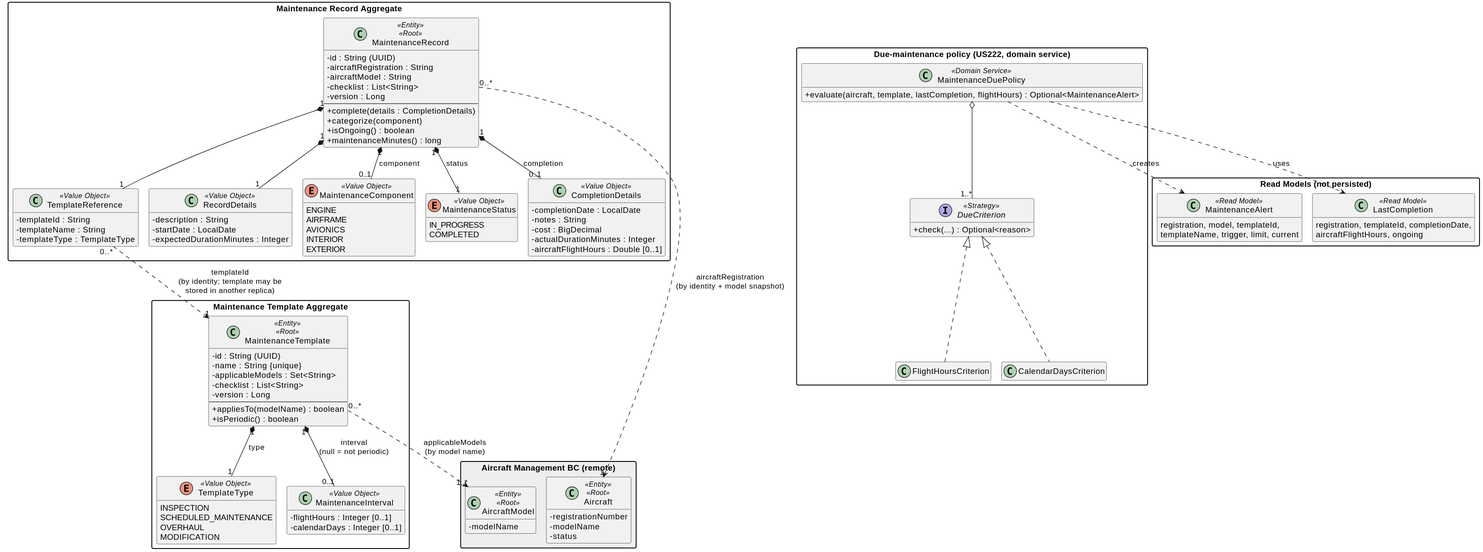
Before: docs/4-code/maintenance/svg/Maintenance-DM.svg, a diagram exported from PlantUML (caetanotiago/Project_SIDIS). Its diagram source:
```plantuml
@startuml
!pragma layout smetana
skinparam packageStyle rectangle
skinparam classAttributeIconSize 0
hide empty members

package "Maintenance Template Aggregate" {
    class MaintenanceTemplate <<Entity>> <<Root>> {
        - id : String (UUID)
        - name : String {unique}
        - applicableModels : Set<String>
        - checklist : List<String>
        - version : Long
        --
        + appliesTo(modelName) : boolean
        + isPeriodic() : boolean
    }
    enum TemplateType <<Value Object>> {
        INSPECTION
        SCHEDULED_MAINTENANCE
        OVERHAUL
        MODIFICATION
    }
    class MaintenanceInterval <<Value Object>> {
        - flightHours : Integer [0..1]
        - calendarDays : Integer [0..1]
    }

    MaintenanceTemplate "1" *-- "1" TemplateType : type
    MaintenanceTemplate "1" *-- "0..1" MaintenanceInterval : interval\n(null = not periodic)
}

package "Maintenance Record Aggregate" {
    class MaintenanceRecord <<Entity>> <<Root>> {
        - id : String (UUID)
        - aircraftRegistration : String
        - aircraftModel : String
        - checklist : List<String>
        - version : Long
        --
        + complete(details : CompletionDetails)
        + categorize(component)
        + isOngoing() : boolean
        + maintenanceMinutes() : long
    }
    class TemplateReference <<Value Object>> {
        - templateId : String
        - templateName : String
        - templateType : TemplateType
    }
    class RecordDetails <<Value Object>> {
        - description : String
        - startDate : LocalDate
        - expectedDurationMinutes : Integer
    }
    enum MaintenanceComponent <<Value Object>> {
        ENGINE
        AIRFRAME
        AVIONICS
        INTERIOR
        EXTERIOR
    }
    enum MaintenanceStatus <<Value Object>> {
        IN_PROGRESS
        COMPLETED
    }
    class CompletionDetails <<Value Object>> {
        - completionDate : LocalDate
        - notes : String
        - cost : BigDecimal
        - actualDurationMinutes : Integer
        - aircraftFlightHours : Double [0..1]
    }

    MaintenanceRecord "1" *-- "1" TemplateReference
    MaintenanceRecord "1" *-- "1" RecordDetails
    MaintenanceRecord "1" *-- "0..1" MaintenanceComponent : component
    MaintenanceRecord "1" *-- "1" MaintenanceStatus : status
    MaintenanceRecord "1" *-- "0..1" CompletionDetails : completion
}

package "Due-maintenance policy (US222, domain service)" {
    class MaintenanceDuePolicy <<Domain Service>> {
        + evaluate(aircraft, template, lastCompletion, flightHours) : Optional<MaintenanceAlert>
    }
    interface DueCriterion <<Strategy>> {
        + check(...) : Optional<reason>
    }
    class FlightHoursCriterion
    class CalendarDaysCriterion
    MaintenanceDuePolicy o-- "1..*" DueCriterion
    DueCriterion <|.. FlightHoursCriterion
    DueCriterion <|.. CalendarDaysCriterion
}

package "Read Models (not persisted)" {
    class MaintenanceAlert <<Read Model>> {
        registration, model, templateId,
        templateName, trigger, limit, current
    }
    class LastCompletion <<Read Model>> {
        registration, templateId, completionDate,
        aircraftFlightHours, ongoing
    }
}

package "Aircraft Management BC (remote)" #EEEEEE {
    class Aircraft <<Entity>> <<Root>> {
        - registrationNumber
        - modelName
        - status
    }
    class AircraftModel <<Entity>> <<Root>> {
        - modelName
    }
}

TemplateReference "0..*" ..> "1" MaintenanceTemplate : templateId\n(by identity; template may be\nstored in another replica)
MaintenanceRecord "0..*" ..> "1" Aircraft : aircraftRegistration\n(by identity + model snapshot)
MaintenanceTemplate "0..*" ..> "1..*" AircraftModel : applicableModels\n(by model name)
MaintenanceDuePolicy ..> MaintenanceAlert : creates
MaintenanceDuePolicy ..> LastCompletion : uses
@enduml
```
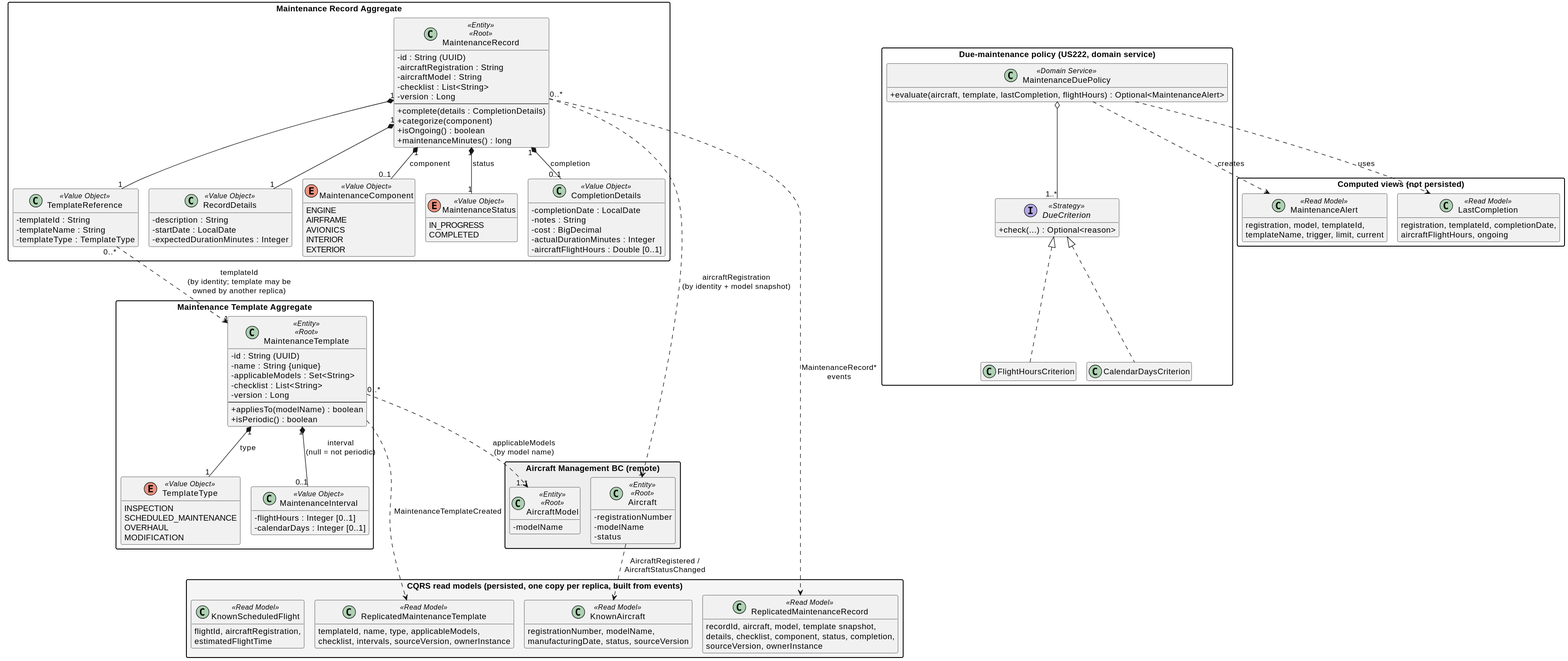
After the change.

What changed in the source:
```diff
@@ -93,7 +93,7 @@
     DueCriterion <|.. CalendarDaysCriterion
 }
 
-package "Read Models (not persisted)" {
+package "Computed views (not persisted)" {
     class MaintenanceAlert <<Read Model>> {
         registration, model, templateId,
         templateName, trigger, limit, current
@@ -101,6 +101,26 @@
     class LastCompletion <<Read Model>> {
         registration, templateId, completionDate,
         aircraftFlightHours, ongoing
+    }
+}
+
+package "CQRS read models (persisted, one copy per replica, built from events)" #F5F5F5 {
+    class ReplicatedMaintenanceTemplate <<Read Model>> {
+        templateId, name, type, applicableModels,
+        checklist, intervals, sourceVersion, ownerInstance
+    }
+    class ReplicatedMaintenanceRecord <<Read Model>> {
+        recordId, aircraft, model, template snapshot,
+        details, checklist, component, status, completion,
+        sourceVersion, ownerInstance
+    }
+    class KnownAircraft <<Read Model>> {
+        registrationNumber, modelName,
+        manufacturingDate, status, sourceVersion
+    }
+    class KnownScheduledFlight <<Read Model>> {
+        flightId, aircraftRegistration,
+        estimatedFlightTime
     }
 }
 
@@ -115,7 +135,10 @@
     }
 }
 
-TemplateReference "0..*" ..> "1" MaintenanceTemplate : templateId\n(by identity; template may be\nstored in another replica)
+TemplateReference "0..*" ..> "1" MaintenanceTemplate : templateId\n(by identity; template may be\nowned by another replica)
+MaintenanceTemplate ..> ReplicatedMaintenanceTemplate : MaintenanceTemplateCreated
+MaintenanceRecord ..> ReplicatedMaintenanceRecord : MaintenanceRecord*\nevents
+Aircraft ..> KnownAircraft : AircraftRegistered /\nAircraftStatusChanged
 MaintenanceRecord "0..*" ..> "1" Aircraft : aircraftRegistration\n(by identity + model snapshot)
 MaintenanceTemplate "0..*" ..> "1..*" AircraftModel : applicableModels\n(by model name)
 MaintenanceDuePolicy ..> MaintenanceAlert : creates
```
